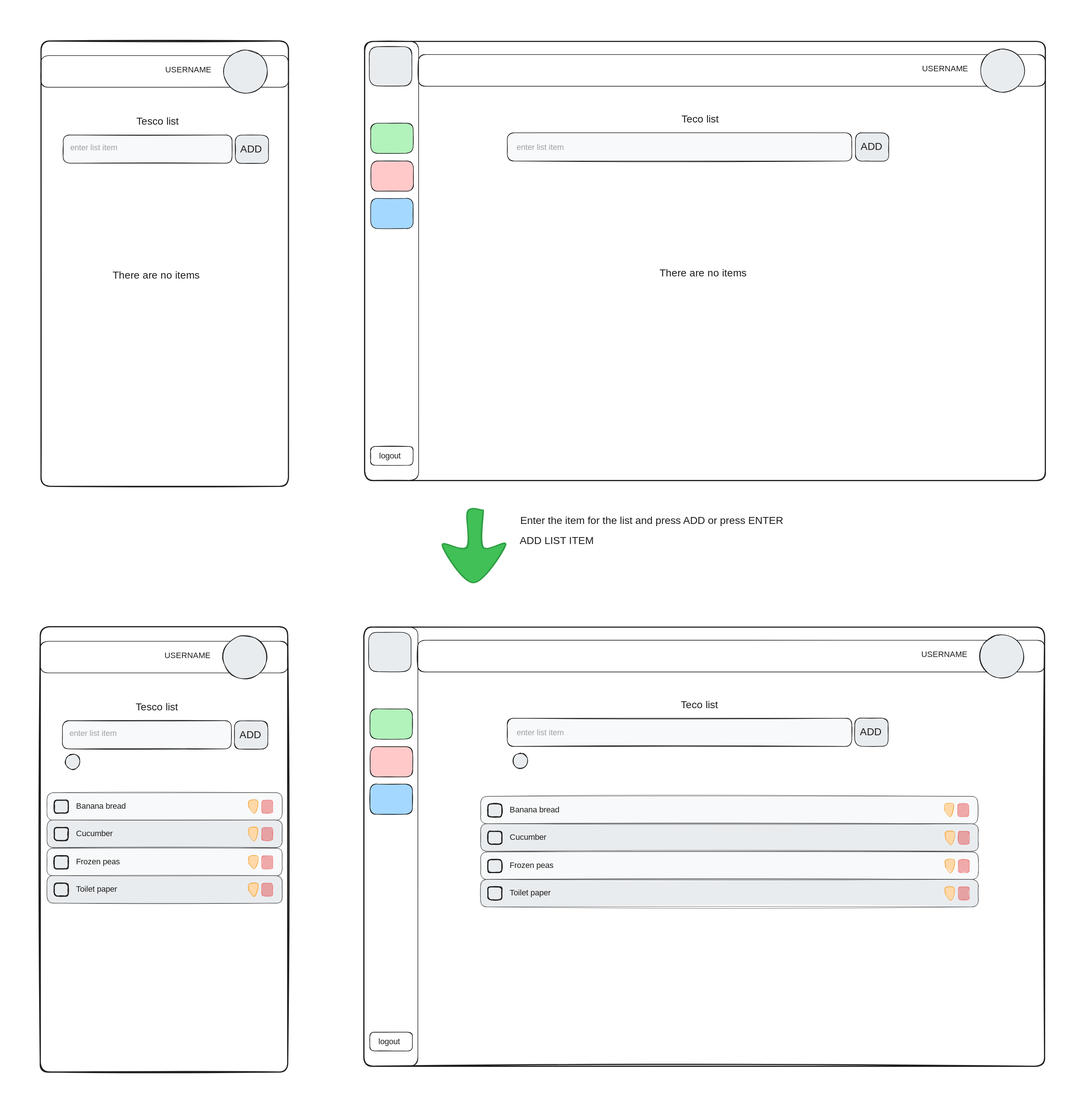
Earlier version of the Excalidraw export docs/wireframes/shopping_list/shopping_list-add-item.excalidraw.svg (AliMcG/our-house-app). Source tidied: one line per element, renumbered; positions are measured from the earlier drawing's top-left corner, leaving out a move shared by most shapes.
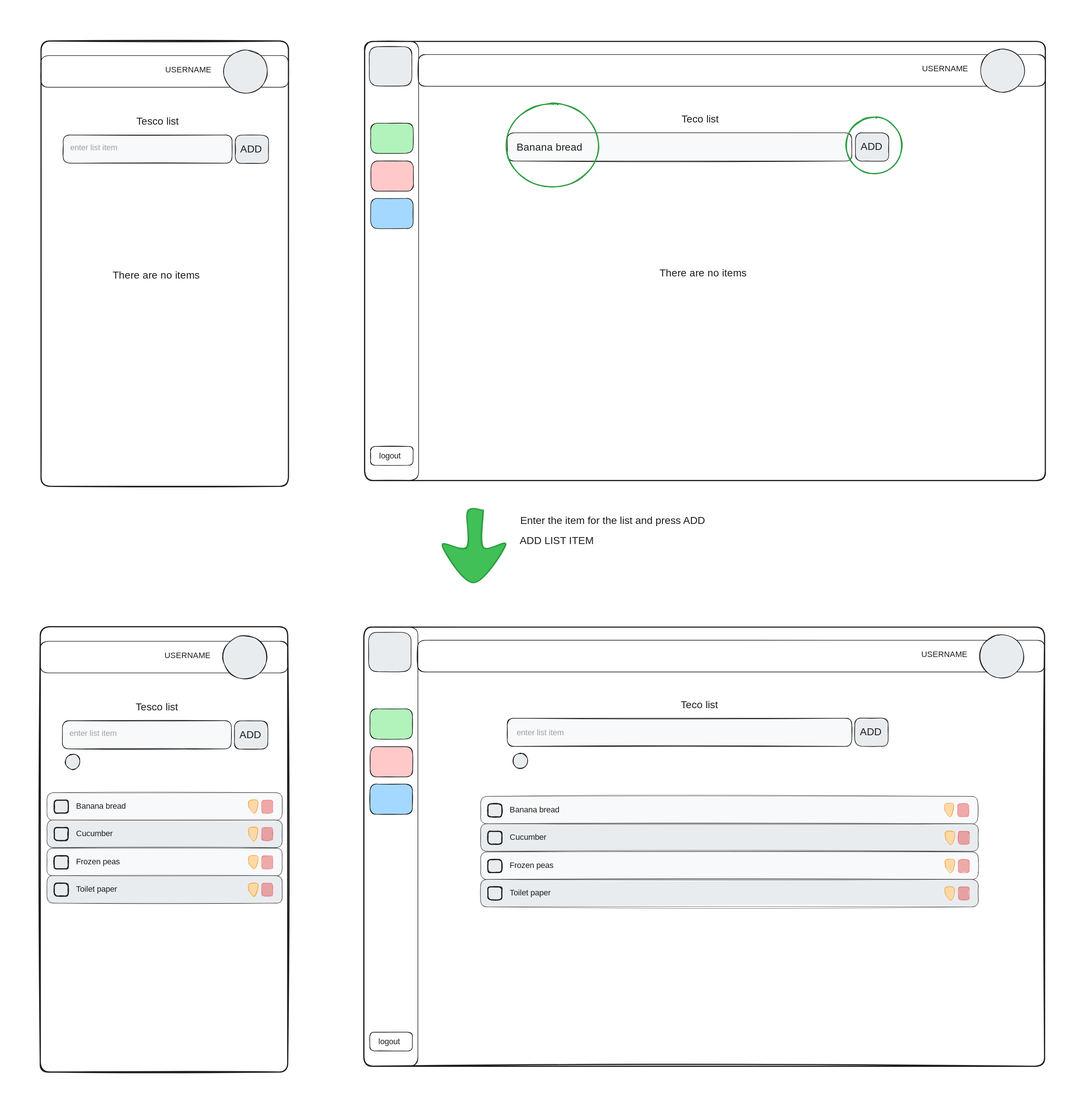
Above is the later version.

Commit message:
update shopping list wireframes to better show usage of app and outcome

Diff of the diagram source:
```diff
@@ -15,7 +15,7 @@
 {"id": 14, "type": "rectangle", "strokeColor": "#1e1e1e", "backgroundColor": "#e9ecef", "fillStyle": "solid", "strokeWidth": 2, "roughness": 1, "round": true, "x": 2961, "y": 451, "width": 116, "height": 98}
 {"id": 15, "type": "text", "text": "ADD", "strokeColor": "#1e1e1e", "strokeWidth": 2, "roughness": 1, "fontSize": 36, "fontFamily": 1, "x": 2979, "y": 478, "width": 80, "height": 45}
 {"id": 16, "type": "text", "text": "Teco list", "strokeColor": "#1e1e1e", "strokeWidth": 2, "roughness": 1, "fontSize": 36, "fontFamily": 1, "x": 2357, "y": 382, "width": 162, "height": 45}
-{"id": 17, "type": "text", "text": "enter list item", "strokeColor": "#1e1e1e", "strokeWidth": 2, "roughness": 1, "opacity": 40, "fontSize": 28, "fontFamily": 1, "x": 1784, "y": 484, "width": 199, "height": 35}
+{"id": 17, "type": "text", "text": "Banana bread", "strokeColor": "#1e1e1e", "strokeWidth": 2, "roughness": 1, "fontSize": 36, "fontFamily": 1, "x": 1784, "y": 479, "width": 248, "height": 45}
 {"id": 18, "type": "rectangle", "strokeColor": "#1e1e1e", "strokeWidth": 2, "roughness": 1, "round": true, "x": 132, "y": 183, "width": 860, "height": 110}
 {"id": 19, "type": "text", "text": "USERNAME", "strokeColor": "#1e1e1e", "strokeWidth": 2, "roughness": 1, "fontSize": 28, "fontFamily": 1, "x": 563, "y": 216, "width": 152, "height": 35}
 {"id": 20, "type": "ellipse", "strokeColor": "#1e1e1e", "backgroundColor": "#e9ecef", "fillStyle": "solid", "strokeWidth": 2, "roughness": 1, "round": true, "x": 766, "y": 163, "width": 153, "height": 150}
@@ -92,9 +92,11 @@
 {"id": 91, "type": "line", "strokeColor": "#f08c00", "backgroundColor": "#ffd8a8", "fillStyle": "solid", "strokeWidth": 1, "roughness": 1, "round": true, "x": 3274, "y": 3096, "width": 29, "height": 44, "points": [[0, 0], [0, -23], [29, -24], [28, 4], [17, 20], [0, 0]]}
 {"id": 92, "type": "line", "strokeColor": "#2f9e44", "angle": 1.58, "backgroundColor": "#40c057", "fillStyle": "solid", "strokeWidth": 4, "roughness": 1, "round": true, "x": 1511, "y": 1857, "width": 252, "height": 219, "points": [[0, 0], [128, 0], [120, -79], [252, 32], [124, 140], [130, 56], [6, 55], [0, 0]]}
 {"id": 93, "type": "text", "text": "ADD LIST ITEM", "strokeColor": "#1e1e1e", "backgroundColor": "#40c057", "fillStyle": "solid", "strokeWidth": 4, "roughness": 1, "fontSize": 36, "fontFamily": 2, "x": 1795, "y": 1847, "width": 258, "height": 41}
-{"id": 94, "type": "text", "text": "Enter the item for the list and press ADD or press ENTER", "strokeColor": "#1e1e1e", "backgroundColor": "#40c057", "fillStyle": "solid", "strokeWidth": 4, "roughness": 1, "fontSize": 36, "fontFamily": 2, "x": 1797, "y": 1776, "width": 916, "height": 41}
+{"id": 94, "type": "text", "text": "Enter the item for the list and press ADD", "strokeColor": "#1e1e1e", "backgroundColor": "#40c057", "fillStyle": "solid", "strokeWidth": 4, "roughness": 1, "fontSize": 36, "fontFamily": 2, "x": 1797, "y": 1776, "width": 644, "height": 41}
 {"id": 95, "type": "rectangle", "strokeColor": "#1e1e1e", "backgroundColor": "#f8f9fa", "fillStyle": "solid", "strokeWidth": 2, "roughness": 1, "round": true, "x": 1752, "y": 2484, "width": 1197, "height": 98}
 {"id": 96, "type": "text", "text": "enter list item", "strokeColor": "#1e1e1e", "strokeWidth": 2, "roughness": 1, "opacity": 40, "fontSize": 28, "fontFamily": 1, "x": 1784, "y": 2518, "width": 199, "height": 35}
 {"id": 97, "type": "ellipse", "strokeColor": "#1e1e1e", "backgroundColor": "#e9ecef", "fillStyle": "solid", "strokeWidth": 2, "roughness": 1, "opacity": 0, "round": true, "x": 10, "y": 0, "width": 153, "height": 150}
 {"id": 98, "type": "ellipse", "strokeColor": "#1e1e1e", "backgroundColor": "#e9ecef", "fillStyle": "solid", "strokeWidth": 2, "roughness": 1, "opacity": 0, "round": true, "x": 3592, "y": 5, "width": 153, "height": 150}
 {"id": 99, "type": "ellipse", "strokeColor": "#1e1e1e", "backgroundColor": "#e9ecef", "fillStyle": "solid", "strokeWidth": 2, "roughness": 1, "opacity": 0, "round": true, "x": 0, "y": 3685, "width": 153, "height": 150}
+{"id": 100, "type": "ellipse", "strokeColor": "#2f9e44", "strokeWidth": 4, "roughness": 1, "round": true, "x": 1749, "y": 349, "width": 320, "height": 290}
+{"id": 101, "type": "ellipse", "strokeColor": "#2f9e44", "strokeWidth": 4, "roughness": 1, "round": true, "x": 2929, "y": 397, "width": 194, "height": 196}
```
